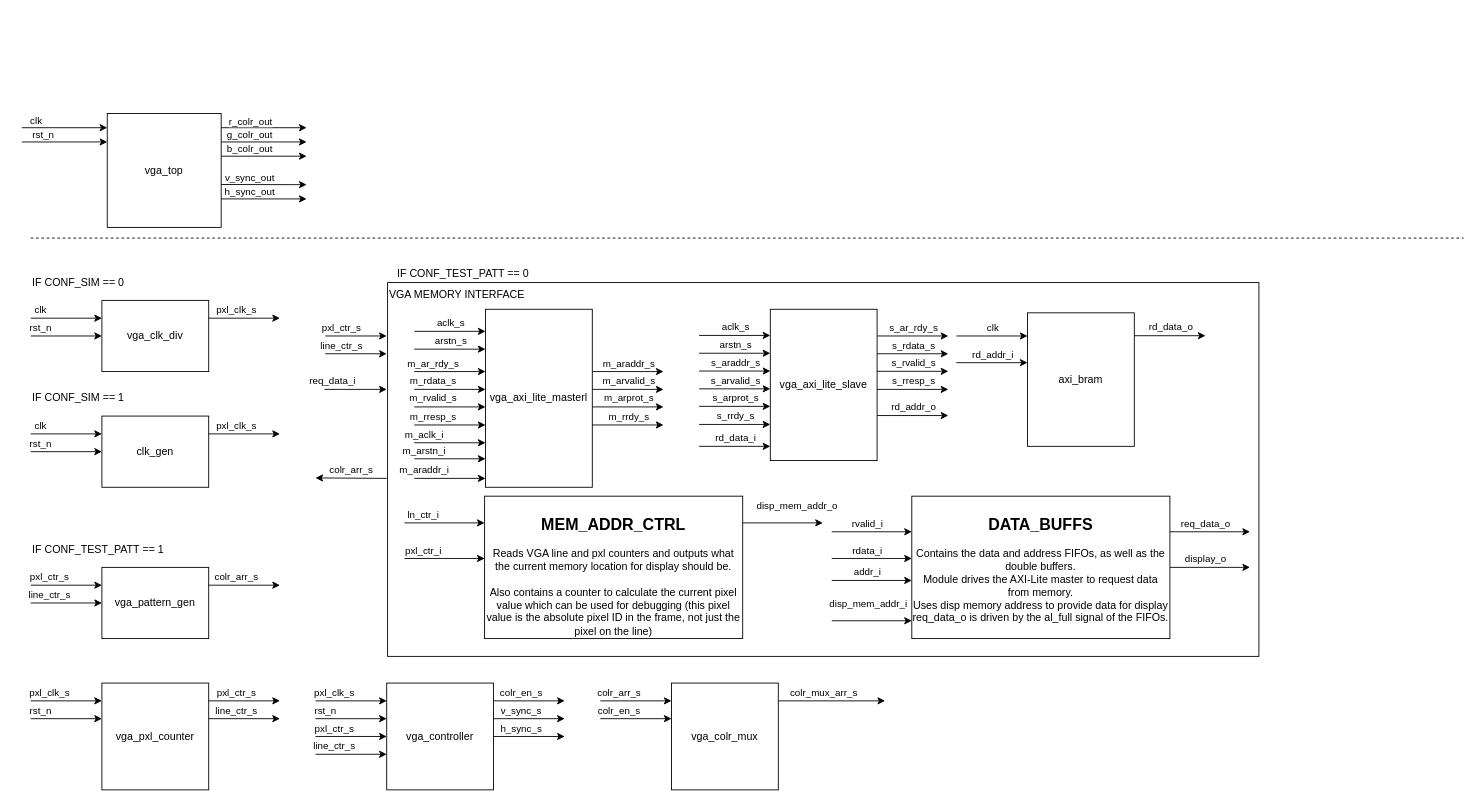
This is page "vga_arch_int_BRAM" (3 of 5) of docs/top_lvl_block_diagram.drawio from T-Szymk/VGA_Controller, a draw.io file, before an edit. Source tidied: cells renumbered, new cells numbered last; positions are measured from the earlier drawing's top-left corner, leaving out a move shared by most shapes. Both pictures are drawn from the tidied source at 89%, with x=0, y=0 at pixel (21, 113).
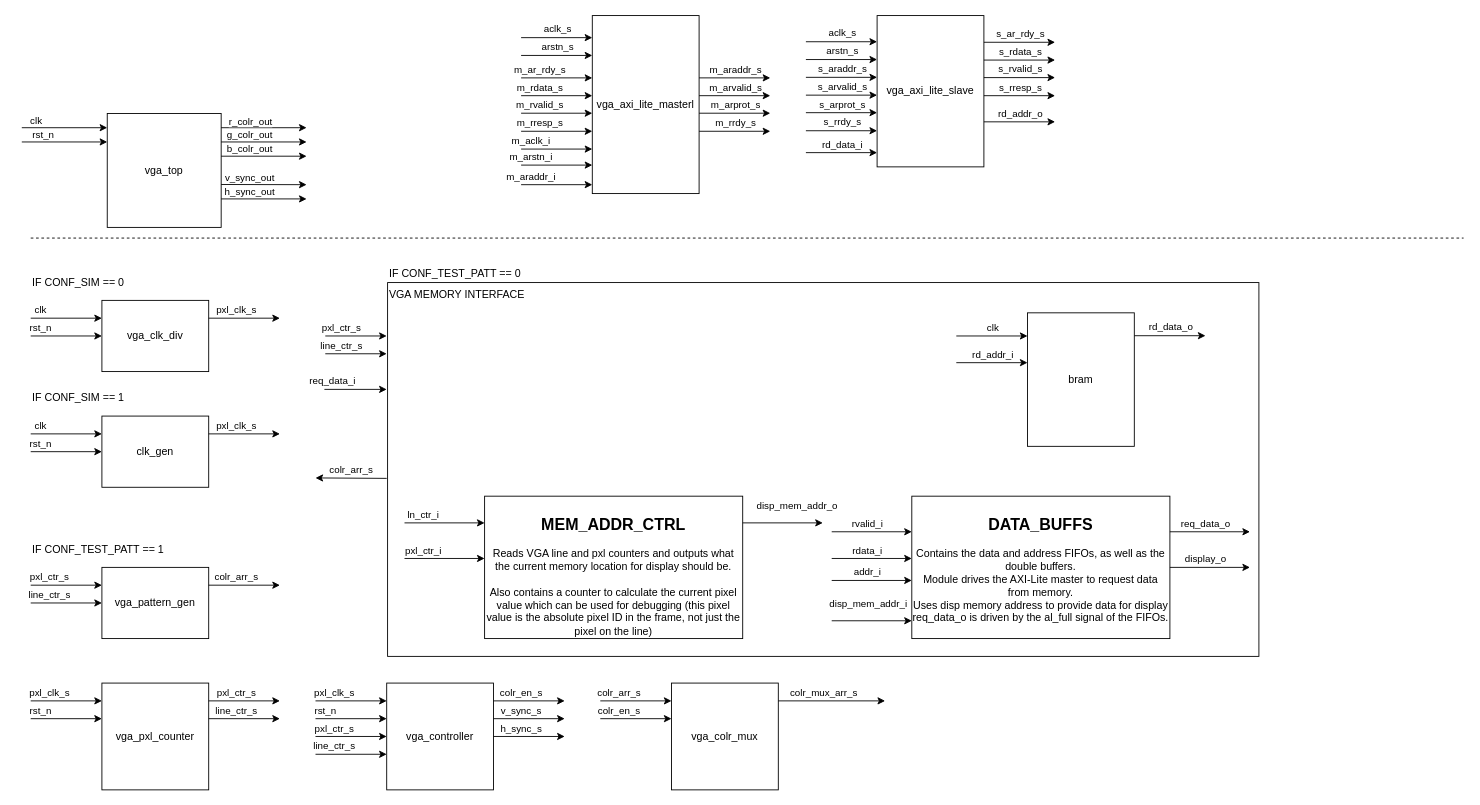
The same page after the edit.

Change to the diagram source:
```diff
@@
-    <mxCell id="2" value="VGA MEMORY INTERFACE" style="rounded=0;whiteSpace=wrap;html=1;fillColor=default;align=left;verticalAlign=top;" parent="1" vertex="1">
+    <mxCell id="2" value="VGA MEMORY INTERFACE" style="rounded=0;whiteSpace=wrap;html=1;fillColor=none;align=left;verticalAlign=top;" parent="1" vertex="1">
       <mxGeometry x="411" y="190" width="979" height="420" as="geometry" />
     </mxCell>
@@
     <mxCell id="68" value="vga_axi_lite_masterl" style="rounded=0;whiteSpace=wrap;html=1;" parent="1" vertex="1">
-      <mxGeometry x="521" y="220" width="120" height="200" as="geometry" />
+      <mxGeometry x="641" y="-110" width="120" height="200" as="geometry" />
     </mxCell>
     <mxCell id="69" value="IF CONF_TEST_PATT == 0" style="text;html=1;align=left;verticalAlign=middle;strokeColor=none;fillColor=none;" parent="1" vertex="1">
-      <mxGeometry x="420" y="170" width="160" height="20" as="geometry" />
+      <mxGeometry x="411" y="170" width="160" height="20" as="geometry" />
     </mxCell>
     <mxCell id="70" value="vga_axi_lite_slave" style="rounded=0;whiteSpace=wrap;html=1;" parent="1" vertex="1">
-      <mxGeometry x="841" y="220" width="120" height="170" as="geometry" />
+      <mxGeometry x="961" y="-110" width="120" height="170" as="geometry" />
     </mxCell>
@@
     <mxCell id="75" style="endArrow=classic;html=1;rounded=0;entryX=0;entryY=0.25;entryDx=0;entryDy=0;" parent="1" edge="1">
       <mxGeometry relative="1" as="geometry">
-        <mxPoint x="441" y="290" as="sourcePoint" />
-        <mxPoint x="521" y="290" as="targetPoint" />
+        <mxPoint x="561" y="-40" as="sourcePoint" />
+        <mxPoint x="641" y="-40" as="targetPoint" />
       </mxGeometry>
     </mxCell>
@@
     <mxCell id="77" style="endArrow=classic;html=1;rounded=0;entryX=0;entryY=0.25;entryDx=0;entryDy=0;" parent="1" edge="1">
       <mxGeometry relative="1" as="geometry">
-        <mxPoint x="441" y="244.8" as="sourcePoint" />
-        <mxPoint x="521" y="244.8" as="targetPoint" />
+        <mxPoint x="561" y="-85.2" as="sourcePoint" />
+        <mxPoint x="641" y="-85.2" as="targetPoint" />
       </mxGeometry>
     </mxCell>
@@
     <mxCell id="79" style="endArrow=classic;html=1;rounded=0;entryX=0;entryY=0.25;entryDx=0;entryDy=0;" parent="1" edge="1">
       <mxGeometry relative="1" as="geometry">
-        <mxPoint x="441" y="264.8" as="sourcePoint" />
-        <mxPoint x="521" y="264.8" as="targetPoint" />
+        <mxPoint x="561" y="-65.2" as="sourcePoint" />
+        <mxPoint x="641" y="-65.2" as="targetPoint" />
       </mxGeometry>
     </mxCell>
@@
     <mxCell id="81" style="endArrow=classic;html=1;rounded=0;entryX=0;entryY=0.25;entryDx=0;entryDy=0;" parent="1" edge="1">
       <mxGeometry relative="1" as="geometry">
-        <mxPoint x="641" y="290" as="sourcePoint" />
-        <mxPoint x="721" y="290" as="targetPoint" />
+        <mxPoint x="761" y="-40" as="sourcePoint" />
+        <mxPoint x="841" y="-40" as="targetPoint" />
       </mxGeometry>
     </mxCell>
@@
     <mxCell id="83" style="endArrow=classic;html=1;rounded=0;entryX=0;entryY=0.25;entryDx=0;entryDy=0;" parent="1" edge="1">
       <mxGeometry relative="1" as="geometry">
-        <mxPoint x="641" y="310" as="sourcePoint" />
-        <mxPoint x="721" y="310" as="targetPoint" />
+        <mxPoint x="761" y="-20" as="sourcePoint" />
+        <mxPoint x="841" y="-20" as="targetPoint" />
       </mxGeometry>
     </mxCell>
@@
     <mxCell id="85" style="endArrow=classic;html=1;rounded=0;entryX=0;entryY=0.25;entryDx=0;entryDy=0;" parent="1" edge="1">
       <mxGeometry relative="1" as="geometry">
-        <mxPoint x="641" y="329.7" as="sourcePoint" />
-        <mxPoint x="721" y="329.7" as="targetPoint" />
+        <mxPoint x="761" y="-0.3" as="sourcePoint" />
+        <mxPoint x="841" y="-0.3" as="targetPoint" />
       </mxGeometry>
     </mxCell>
@@
     <mxCell id="87" style="endArrow=classic;html=1;rounded=0;entryX=0;entryY=0.25;entryDx=0;entryDy=0;" parent="1" edge="1">
       <mxGeometry relative="1" as="geometry">
-        <mxPoint x="641" y="350" as="sourcePoint" />
-        <mxPoint x="721" y="350" as="targetPoint" />
+        <mxPoint x="761" y="20" as="sourcePoint" />
+        <mxPoint x="841" y="20" as="targetPoint" />
       </mxGeometry>
     </mxCell>
@@
     <mxCell id="89" style="endArrow=classic;html=1;rounded=0;entryX=0;entryY=0.25;entryDx=0;entryDy=0;" parent="1" edge="1">
       <mxGeometry relative="1" as="geometry">
-        <mxPoint x="441" y="310" as="sourcePoint" />
-        <mxPoint x="521" y="310" as="targetPoint" />
+        <mxPoint x="561" y="-20" as="sourcePoint" />
+        <mxPoint x="641" y="-20" as="targetPoint" />
       </mxGeometry>
     </mxCell>
@@
     <mxCell id="91" style="endArrow=classic;html=1;rounded=0;entryX=0;entryY=0.25;entryDx=0;entryDy=0;" parent="1" edge="1">
       <mxGeometry relative="1" as="geometry">
-        <mxPoint x="441" y="329.7" as="sourcePoint" />
-        <mxPoint x="521" y="329.7" as="targetPoint" />
+        <mxPoint x="561" y="-0.3" as="sourcePoint" />
+        <mxPoint x="641" y="-0.3" as="targetPoint" />
       </mxGeometry>
     </mxCell>
@@
     <mxCell id="93" style="endArrow=classic;html=1;rounded=0;entryX=0;entryY=0.25;entryDx=0;entryDy=0;" parent="1" edge="1">
       <mxGeometry relative="1" as="geometry">
-        <mxPoint x="441" y="350" as="sourcePoint" />
-        <mxPoint x="521" y="350" as="targetPoint" />
+        <mxPoint x="561" y="20" as="sourcePoint" />
+        <mxPoint x="641" y="20" as="targetPoint" />
       </mxGeometry>
     </mxCell>
@@
     <mxCell id="95" style="endArrow=classic;html=1;rounded=0;entryX=0;entryY=0.25;entryDx=0;entryDy=0;" parent="1" edge="1">
       <mxGeometry relative="1" as="geometry">
-        <mxPoint x="761" y="249.4" as="sourcePoint" />
-        <mxPoint x="841" y="249.4" as="targetPoint" />
+        <mxPoint x="881" y="-80.6" as="sourcePoint" />
+        <mxPoint x="961" y="-80.6" as="targetPoint" />
       </mxGeometry>
     </mxCell>
@@
     <mxCell id="97" style="endArrow=classic;html=1;rounded=0;entryX=0;entryY=0.25;entryDx=0;entryDy=0;" parent="1" edge="1">
       <mxGeometry relative="1" as="geometry">
-        <mxPoint x="761" y="269.4" as="sourcePoint" />
-        <mxPoint x="841" y="269.4" as="targetPoint" />
+        <mxPoint x="881" y="-60.6" as="sourcePoint" />
+        <mxPoint x="961" y="-60.6" as="targetPoint" />
       </mxGeometry>
     </mxCell>
@@
     <mxCell id="99" style="endArrow=classic;html=1;rounded=0;entryX=0;entryY=0.25;entryDx=0;entryDy=0;" parent="1" edge="1">
       <mxGeometry relative="1" as="geometry">
-        <mxPoint x="761" y="289.4" as="sourcePoint" />
-        <mxPoint x="841" y="289.4" as="targetPoint" />
+        <mxPoint x="881" y="-40.6" as="sourcePoint" />
+        <mxPoint x="961" y="-40.6" as="targetPoint" />
       </mxGeometry>
     </mxCell>
@@
     <mxCell id="101" style="endArrow=classic;html=1;rounded=0;entryX=0;entryY=0.25;entryDx=0;entryDy=0;" parent="1" edge="1">
       <mxGeometry relative="1" as="geometry">
-        <mxPoint x="761" y="309.4" as="sourcePoint" />
-        <mxPoint x="841" y="309.4" as="targetPoint" />
+        <mxPoint x="881" y="-20.6" as="sourcePoint" />
+        <mxPoint x="961" y="-20.6" as="targetPoint" />
       </mxGeometry>
     </mxCell>
@@
     <mxCell id="103" style="endArrow=classic;html=1;rounded=0;entryX=0;entryY=0.25;entryDx=0;entryDy=0;" parent="1" edge="1">
       <mxGeometry relative="1" as="geometry">
-        <mxPoint x="761" y="329.1" as="sourcePoint" />
-        <mxPoint x="841" y="329.1" as="targetPoint" />
+        <mxPoint x="881" y="-0.9" as="sourcePoint" />
+        <mxPoint x="961" y="-0.9" as="targetPoint" />
       </mxGeometry>
     </mxCell>
@@
     <mxCell id="105" style="endArrow=classic;html=1;rounded=0;entryX=0;entryY=0.25;entryDx=0;entryDy=0;" parent="1" edge="1">
       <mxGeometry relative="1" as="geometry">
-        <mxPoint x="761" y="349.4" as="sourcePoint" />
-        <mxPoint x="841" y="349.4" as="targetPoint" />
+        <mxPoint x="881" y="19.4" as="sourcePoint" />
+        <mxPoint x="961" y="19.4" as="targetPoint" />
       </mxGeometry>
     </mxCell>
@@
     <mxCell id="107" style="endArrow=classic;html=1;rounded=0;entryX=0;entryY=0.25;entryDx=0;entryDy=0;" parent="1" edge="1">
       <mxGeometry relative="1" as="geometry">
-        <mxPoint x="961" y="250" as="sourcePoint" />
-        <mxPoint x="1041" y="250" as="targetPoint" />
+        <mxPoint x="1081" y="-80" as="sourcePoint" />
+        <mxPoint x="1161" y="-80" as="targetPoint" />
       </mxGeometry>
     </mxCell>
@@
     <mxCell id="109" style="endArrow=classic;html=1;rounded=0;entryX=0;entryY=0.25;entryDx=0;entryDy=0;" parent="1" edge="1">
       <mxGeometry relative="1" as="geometry">
-        <mxPoint x="961" y="270" as="sourcePoint" />
-        <mxPoint x="1041" y="270" as="targetPoint" />
+        <mxPoint x="1081" y="-60" as="sourcePoint" />
+        <mxPoint x="1161" y="-60" as="targetPoint" />
       </mxGeometry>
     </mxCell>
@@
     <mxCell id="111" style="endArrow=classic;html=1;rounded=0;entryX=0;entryY=0.25;entryDx=0;entryDy=0;" parent="1" edge="1">
       <mxGeometry relative="1" as="geometry">
-        <mxPoint x="961" y="289.7" as="sourcePoint" />
-        <mxPoint x="1041" y="289.7" as="targetPoint" />
+        <mxPoint x="1081" y="-40.3" as="sourcePoint" />
+        <mxPoint x="1161" y="-40.3" as="targetPoint" />
       </mxGeometry>
     </mxCell>
@@
     <mxCell id="113" style="endArrow=classic;html=1;rounded=0;entryX=0;entryY=0.25;entryDx=0;entryDy=0;" parent="1" edge="1">
       <mxGeometry relative="1" as="geometry">
-        <mxPoint x="961" y="310" as="sourcePoint" />
-        <mxPoint x="1041" y="310" as="targetPoint" />
+        <mxPoint x="1081" y="-20" as="sourcePoint" />
+        <mxPoint x="1161" y="-20" as="targetPoint" />
       </mxGeometry>
     </mxCell>
@@
     <mxCell id="115" style="endArrow=classic;html=1;rounded=0;entryX=0;entryY=0.25;entryDx=0;entryDy=0;" parent="1" edge="1">
       <mxGeometry relative="1" as="geometry">
-        <mxPoint x="441" y="370" as="sourcePoint" />
-        <mxPoint x="521" y="370" as="targetPoint" />
+        <mxPoint x="561" y="40" as="sourcePoint" />
+        <mxPoint x="641" y="40" as="targetPoint" />
       </mxGeometry>
     </mxCell>
@@
     <mxCell id="117" style="endArrow=classic;html=1;rounded=0;entryX=0;entryY=0.25;entryDx=0;entryDy=0;" parent="1" edge="1">
       <mxGeometry relative="1" as="geometry">
-        <mxPoint x="441" y="388" as="sourcePoint" />
-        <mxPoint x="521" y="388" as="targetPoint" />
+        <mxPoint x="561" y="58" as="sourcePoint" />
+        <mxPoint x="641" y="58" as="targetPoint" />
       </mxGeometry>
     </mxCell>
@@
     <mxCell id="121" style="endArrow=classic;html=1;rounded=0;entryX=0;entryY=0.25;entryDx=0;entryDy=0;" parent="1" edge="1">
       <mxGeometry relative="1" as="geometry">
-        <mxPoint x="441" y="410" as="sourcePoint" />
-        <mxPoint x="521" y="410" as="targetPoint" />
+        <mxPoint x="561" y="80" as="sourcePoint" />
+        <mxPoint x="641" y="80" as="targetPoint" />
       </mxGeometry>
     </mxCell>
@@
-    <mxCell id="145" value="axi_bram" style="rounded=0;whiteSpace=wrap;html=1;" parent="1" vertex="1">
+    <mxCell id="145" value="bram" style="rounded=0;whiteSpace=wrap;html=1;" parent="1" vertex="1">
       <mxGeometry x="1130" y="224" width="120" height="150" as="geometry" />
     </mxCell>
     <mxCell id="146" style="endArrow=classic;html=1;rounded=0;entryX=0;entryY=0.25;entryDx=0;entryDy=0;" parent="1" edge="1">
       <mxGeometry relative="1" as="geometry">
-        <mxPoint x="961" y="339.4" as="sourcePoint" />
-        <mxPoint x="1041" y="339.4" as="targetPoint" />
+        <mxPoint x="1081" y="9.4" as="sourcePoint" />
+        <mxPoint x="1161" y="9.4" as="targetPoint" />
       </mxGeometry>
     </mxCell>
@@
     <mxCell id="148" style="endArrow=classic;html=1;rounded=0;entryX=0;entryY=0.25;entryDx=0;entryDy=0;" parent="1" edge="1">
       <mxGeometry relative="1" as="geometry">
-        <mxPoint x="761" y="374" as="sourcePoint" />
-        <mxPoint x="841" y="374" as="targetPoint" />
+        <mxPoint x="881" y="44" as="sourcePoint" />
+        <mxPoint x="961" y="44" as="targetPoint" />
       </mxGeometry>
     </mxCell>
```
